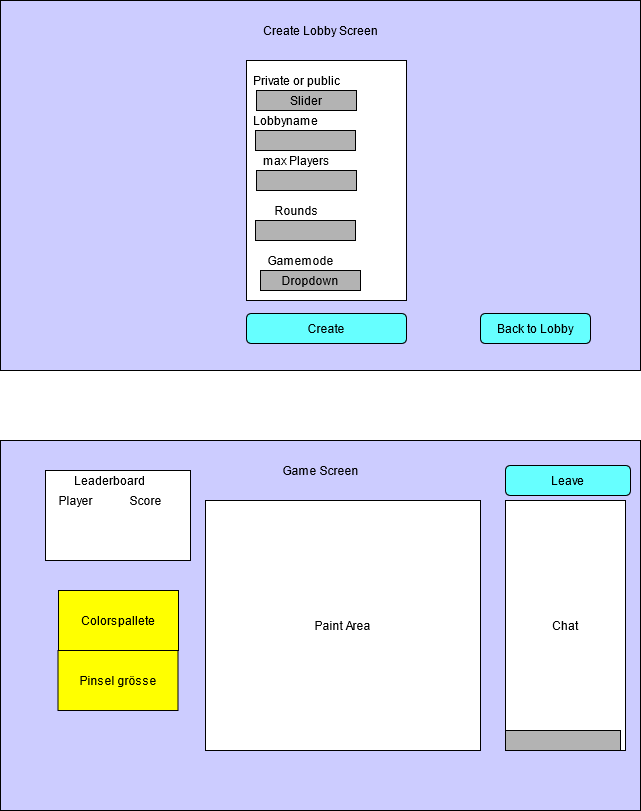
Before: Gamescreen.png, a diagram exported from draw.io (sopra-fs21-group-15/diagrams). Source tidied: cells renumbered, new cells last; positions are measured from the earlier drawing's top-left corner, leaving out a move shared by most shapes. The source it was exported from:
```xml
<mxGraphModel>
  <root>
    <mxCell id="0" />
    <mxCell id="1" parent="0" />
    <mxCell id="2" style="group;" parent="1" vertex="1">
      <mxGeometry width="640" height="370" as="geometry" />
    </mxCell>
    <mxCell id="3" style="rounded=0;whiteSpace=wrap;html=1;fillColor=#CCCCFF;" parent="2" vertex="1">
      <mxGeometry width="640" height="370" as="geometry" />
    </mxCell>
    <mxCell id="4" value="Create Lobby Screen" style="text;html=1;align=center;verticalAlign=middle;" parent="2" vertex="1">
      <mxGeometry x="255" y="20" width="130" height="20" as="geometry" />
    </mxCell>
    <mxCell id="5" value="Create" style="rounded=1;whiteSpace=wrap;html=1;fillColor=#66FFFF;" parent="2" vertex="1">
      <mxGeometry x="246" y="313" width="160" height="30" as="geometry" />
    </mxCell>
    <mxCell id="6" value="Back to Lobby&lt;span style=&quot;color: rgba(0 , 0 , 0 , 0) ; font-family: monospace ; font-size: 0px&quot;&gt;%3CmxGraphModel%3E%3Croot%3E%3CmxCell%20id%3D%220%22%2F%3E%3CmxCell%20id%3D%221%22%20parent%3D%220%22%2F%3E%3CmxCell%20id%3D%222%22%20value%3D%22Add%20Friends%22%20style%3D%22rounded%3D1%3BwhiteSpace%3Dwrap%3Bhtml%3D1%3BfillColor%3D%2366FFFF%3B%22%20vertex%3D%221%22%20parent%3D%221%22%3E%3CmxGeometry%20x%3D%22630%22%20y%3D%221575%22%20width%3D%2290%22%20height%3D%2230%22%20as%3D%22geometry%22%2F%3E%3C%2FmxCell%3E%3C%2Froot%3E%3C%2FmxGraphModel%3E&lt;/span&gt;" style="rounded=1;whiteSpace=wrap;html=1;fillColor=#66FFFF;" parent="2" vertex="1">
      <mxGeometry x="480" y="313" width="110" height="30" as="geometry" />
    </mxCell>
    <mxCell id="7" style="group;" parent="2" vertex="1">
      <mxGeometry x="245" y="60" width="161" height="240" as="geometry" />
    </mxCell>
    <mxCell id="8" style="rounded=0;whiteSpace=wrap;html=1;" parent="7" vertex="1">
      <mxGeometry x="1" width="160" height="240" as="geometry" />
    </mxCell>
    <mxCell id="9" value="Lobbyname" style="text;html=1;align=center;verticalAlign=middle;" parent="7" vertex="1">
      <mxGeometry y="50" width="80" height="20" as="geometry" />
    </mxCell>
    <mxCell id="10" value="max Players" style="text;html=1;align=center;verticalAlign=middle;" parent="7" vertex="1">
      <mxGeometry x="11" y="90" width="80" height="20" as="geometry" />
    </mxCell>
    <mxCell id="11" style="rounded=0;whiteSpace=wrap;html=1;fillColor=#B3B3B3;" parent="7" vertex="1">
      <mxGeometry x="10" y="70" width="100" height="20" as="geometry" />
    </mxCell>
    <mxCell id="12" style="rounded=0;whiteSpace=wrap;html=1;fillColor=#B3B3B3;" parent="7" vertex="1">
      <mxGeometry x="11" y="110" width="100" height="20" as="geometry" />
    </mxCell>
    <mxCell id="13" value="Rounds" style="text;html=1;align=center;verticalAlign=middle;" parent="7" vertex="1">
      <mxGeometry x="21" y="140" width="60" height="20" as="geometry" />
    </mxCell>
    <mxCell id="14" style="rounded=0;whiteSpace=wrap;html=1;fillColor=#B3B3B3;" parent="7" vertex="1">
      <mxGeometry x="10" y="160" width="100" height="20" as="geometry" />
    </mxCell>
    <mxCell id="15" value="Gamemode" style="text;html=1;align=center;verticalAlign=middle;" parent="7" vertex="1">
      <mxGeometry x="15" y="190" width="80" height="20" as="geometry" />
    </mxCell>
    <mxCell id="16" value="Dropdown" style="rounded=0;whiteSpace=wrap;html=1;fillColor=#B3B3B3;" parent="7" vertex="1">
      <mxGeometry x="15" y="210" width="100" height="20" as="geometry" />
    </mxCell>
    <mxCell id="17" value="Private or public" style="text;html=1;align=center;verticalAlign=middle;" parent="7" vertex="1">
      <mxGeometry x="1" y="10" width="100" height="20" as="geometry" />
    </mxCell>
    <mxCell id="18" value="Slider" style="rounded=0;whiteSpace=wrap;html=1;fillColor=#B3B3B3;" parent="7" vertex="1">
      <mxGeometry x="11" y="30" width="100" height="20" as="geometry" />
    </mxCell>
    <mxCell id="19" style="group;" parent="1" vertex="1">
      <mxGeometry y="440" width="640" height="370" as="geometry" />
    </mxCell>
    <mxCell id="20" style="rounded=0;whiteSpace=wrap;html=1;fillColor=#CCCCFF;" parent="19" vertex="1">
      <mxGeometry width="640" height="370" as="geometry" />
    </mxCell>
    <mxCell id="21" style="group;" parent="19" vertex="1">
      <mxGeometry x="45" y="20" width="585" height="290" as="geometry" />
    </mxCell>
    <mxCell id="22" value="Game Screen" style="text;html=1;align=center;verticalAlign=middle;" parent="21" vertex="1">
      <mxGeometry x="230" width="90" height="20" as="geometry" />
    </mxCell>
    <mxCell id="23" value="Chat" style="rounded=0;whiteSpace=wrap;html=1;" parent="21" vertex="1">
      <mxGeometry x="460" y="40" width="120" height="250" as="geometry" />
    </mxCell>
    <mxCell id="24" style="rounded=0;whiteSpace=wrap;html=1;fillColor=#B3B3B3;" parent="21" vertex="1">
      <mxGeometry x="460" y="270" width="115" height="20" as="geometry" />
    </mxCell>
    <mxCell id="25" value="Leave" style="rounded=1;whiteSpace=wrap;html=1;fillColor=#66FFFF;" parent="21" vertex="1">
      <mxGeometry x="460" y="5" width="125" height="30" as="geometry" />
    </mxCell>
    <mxCell id="26" style="group;" parent="21" vertex="1">
      <mxGeometry y="10" width="435" height="280" as="geometry" />
    </mxCell>
    <mxCell id="27" value="Paint Area" style="rounded=0;whiteSpace=wrap;html=1;" parent="26" vertex="1">
      <mxGeometry x="160" y="30" width="275" height="250" as="geometry" />
    </mxCell>
    <mxCell id="28" style="group;" parent="26" vertex="1">
      <mxGeometry width="145" height="240" as="geometry" />
    </mxCell>
    <mxCell id="29" value="Colorspallete" style="rounded=0;whiteSpace=wrap;html=1;fillColor=#FFFF00;" parent="28" vertex="1">
      <mxGeometry x="13" y="120" width="120" height="60" as="geometry" />
    </mxCell>
    <mxCell id="30" value="Pinsel grösse" style="rounded=0;whiteSpace=wrap;html=1;fillColor=#FFFF00;" parent="28" vertex="1">
      <mxGeometry x="12.5" y="180" width="120" height="60" as="geometry" />
    </mxCell>
    <mxCell id="31" style="group;" parent="28" vertex="1">
      <mxGeometry width="145" height="90" as="geometry" />
    </mxCell>
    <mxCell id="32" style="rounded=0;whiteSpace=wrap;html=1;" parent="31" vertex="1">
      <mxGeometry width="145" height="90" as="geometry" />
    </mxCell>
    <mxCell id="33" value="Player" style="text;html=1;align=center;verticalAlign=middle;" parent="31" vertex="1">
      <mxGeometry x="5" y="20" width="50" height="20" as="geometry" />
    </mxCell>
    <mxCell id="34" value="Score" style="text;html=1;align=center;verticalAlign=middle;" parent="31" vertex="1">
      <mxGeometry x="75" y="20" width="50" height="20" as="geometry" />
    </mxCell>
    <mxCell id="35" value="Leaderboard" style="text;html=1;align=center;verticalAlign=middle;" parent="31" vertex="1">
      <mxGeometry x="24" width="80" height="20" as="geometry" />
    </mxCell>
  </root>
</mxGraphModel>
```
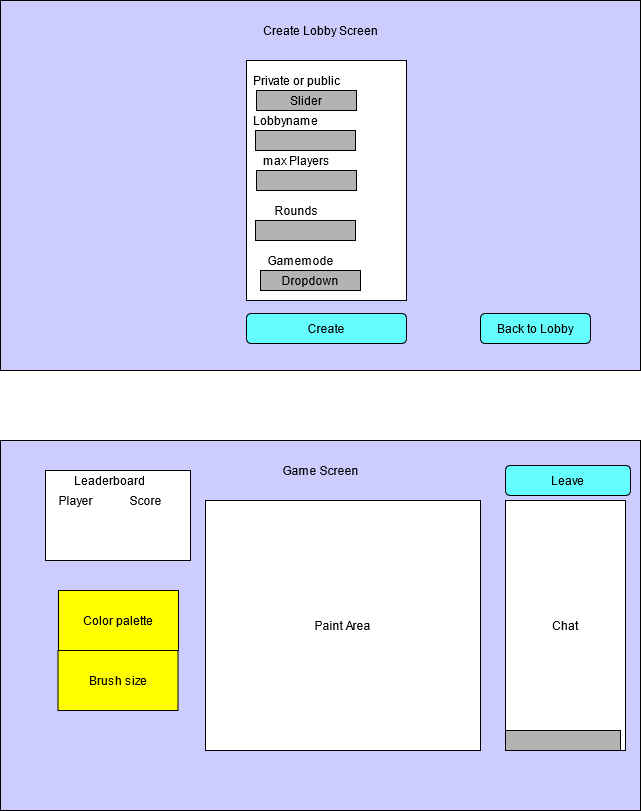
Later version of the same file.

Change to the diagram source:
```diff
@@ -83,10 +83,10 @@
     <mxCell id="28" style="group;" parent="26" vertex="1">
       <mxGeometry width="145" height="240" as="geometry" />
     </mxCell>
-    <mxCell id="29" value="Colorspallete" style="rounded=0;whiteSpace=wrap;html=1;fillColor=#FFFF00;" parent="28" vertex="1">
+    <mxCell id="29" value="Color palette" style="rounded=0;whiteSpace=wrap;html=1;fillColor=#FFFF00;" parent="28" vertex="1">
       <mxGeometry x="13" y="120" width="120" height="60" as="geometry" />
     </mxCell>
-    <mxCell id="30" value="Pinsel grösse" style="rounded=0;whiteSpace=wrap;html=1;fillColor=#FFFF00;" parent="28" vertex="1">
+    <mxCell id="30" value="Brush size" style="rounded=0;whiteSpace=wrap;html=1;fillColor=#FFFF00;" parent="28" vertex="1">
       <mxGeometry x="12.5" y="180" width="120" height="60" as="geometry" />
     </mxCell>
     <mxCell id="31" style="group;" parent="28" vertex="1">
```
